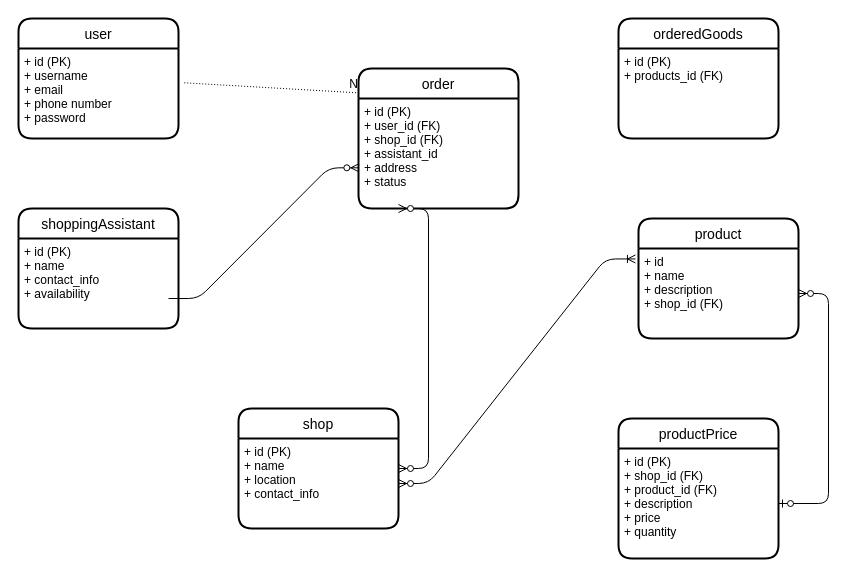
Adefolasayo/Grocify keeps this draw.io diagram as grocify/ERD.drawio. Above is the earlier version. Source tidied: cells renumbered, new cells numbered last; positions are measured from the earlier drawing's top-left corner, leaving out a move shared by most shapes. Both pictures are drawn from the tidied source at 100%, with x=0, y=0 at pixel (18, 18).
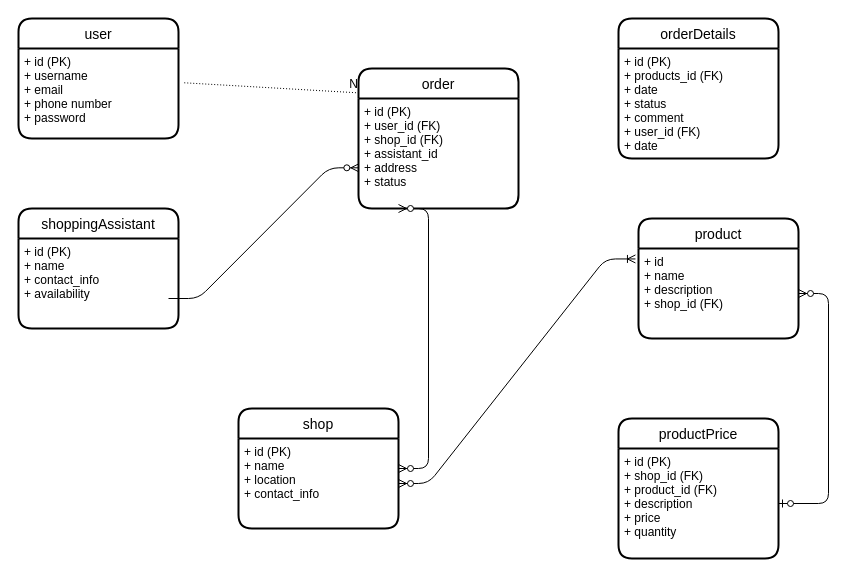
The same diagram, later.

The edit, as a diff of the source:
```diff
@@
-    <mxCell id="18" value="orderedGoods" style="swimlane;horizontal=1;startSize=30;rounded=1;fontSize=14;fontStyle=0;strokeWidth=2;shadow=0;dashed=0;align=center;" parent="1" vertex="1">
-      <mxGeometry x="600" width="160" height="120" as="geometry" />
+    <mxCell id="18" value="orderDetails" style="swimlane;horizontal=1;startSize=30;rounded=1;fontSize=14;fontStyle=0;strokeWidth=2;shadow=0;dashed=0;align=center;" parent="1" vertex="1">
+      <mxGeometry x="600" width="160" height="140" as="geometry" />
     </mxCell>
-    <mxCell id="19" value="+ id (PK)&#10;+ products_id (FK)&#10;" style="align=left;strokeColor=none;fillColor=none;spacingLeft=4;fontSize=12;verticalAlign=top;" parent="18" vertex="1">
-      <mxGeometry y="30" width="160" height="90" as="geometry" />
+    <mxCell id="19" value="+ id (PK)&#10;+ products_id (FK)&#10;+ date&#10;+ status&#10;+ comment&#10;+ user_id (FK)&#10;+ date&#10;" style="align=left;strokeColor=none;fillColor=none;spacingLeft=4;fontSize=12;verticalAlign=top;" parent="18" vertex="1">
+      <mxGeometry y="30" width="160" height="110" as="geometry" />
     </mxCell>
```
